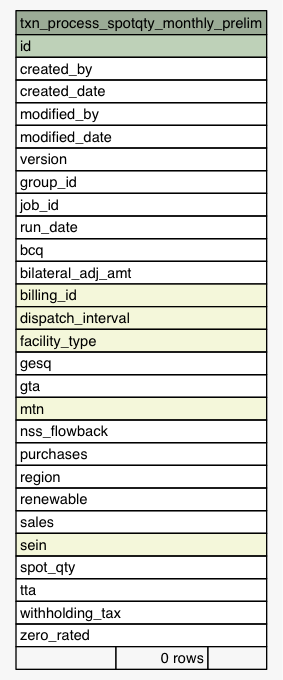
Before: Data/settlement/diagrams/summary/txn_process_spotqty_monthly_prelim.1degree.png, a diagram exported from Graphviz (eyana-m/python-data-dictionary-writer). Its source is kept beside it as Data/settlement/diagrams/summary/txn_process_spotqty_monthly_prelim.1degree.dot.
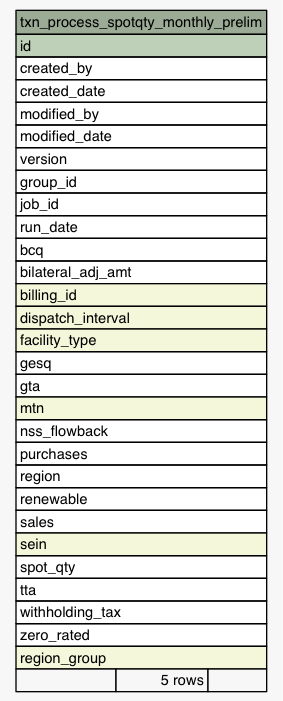
After the commit.

Diff of the diagram source:
```diff
@@ -46,7 +46,8 @@
       <TR><TD PORT="tta" COLSPAN="3" ALIGN="LEFT">tta</TD></TR>
       <TR><TD PORT="withholding_tax" COLSPAN="3" ALIGN="LEFT">withholding_tax</TD></TR>
       <TR><TD PORT="zero_rated" COLSPAN="3" ALIGN="LEFT">zero_rated</TD></TR>
-      <TR><TD ALIGN="LEFT" BGCOLOR="#f7f7f7">  </TD><TD ALIGN="RIGHT" BGCOLOR="#f7f7f7">0 rows</TD><TD ALIGN="RIGHT" BGCOLOR="#f7f7f7">  </TD></TR>
+      <TR><TD PORT="region_group" COLSPAN="3" BGCOLOR="#f4f7da" ALIGN="LEFT">region_group</TD></TR>
+      <TR><TD ALIGN="LEFT" BGCOLOR="#f7f7f7">  </TD><TD ALIGN="RIGHT" BGCOLOR="#f7f7f7">5 rows</TD><TD ALIGN="RIGHT" BGCOLOR="#f7f7f7">  </TD></TR>
     </TABLE>>
     URL="tables/txn_process_spotqty_monthly_prelim.html"
     tooltip="txn_process_spotqty_monthly_prelim"
```
